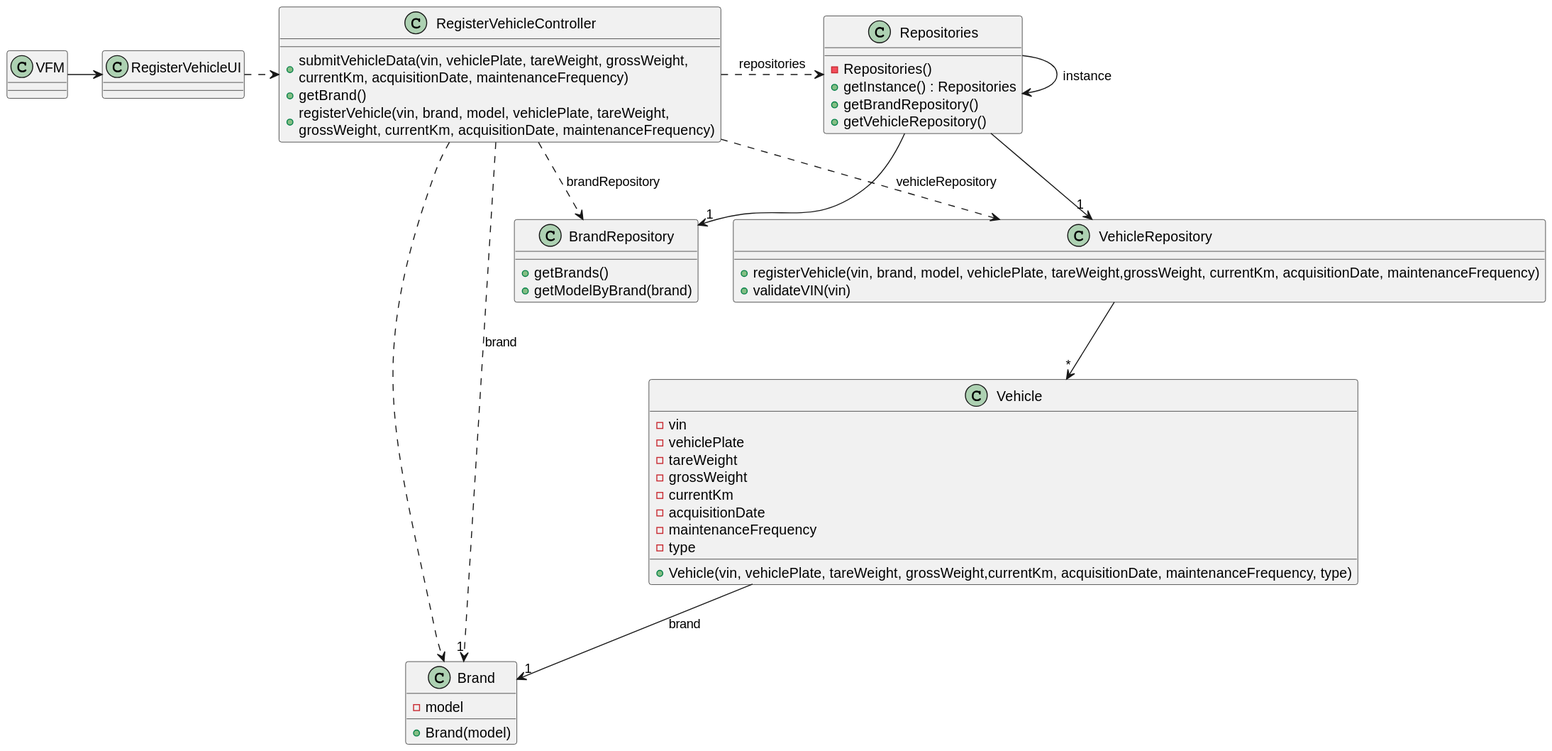
ricardomm7/leaflink keeps this PlantUML diagram as docs/sprintB/us006/03.design/svg/us006-class-diagram.svg. Above is the earlier version.
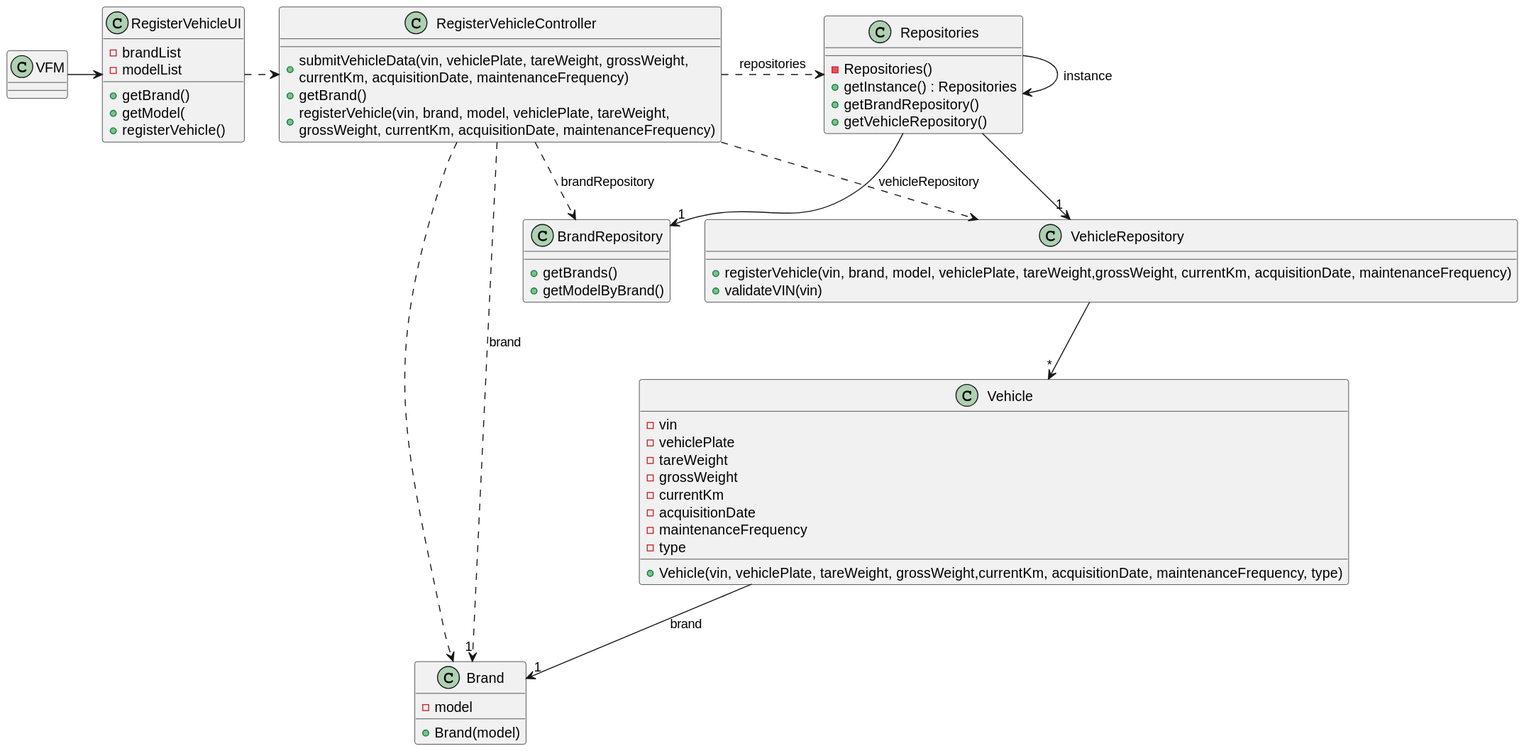
After the change.

The edit, as a diff of the source:
```diff
@@ -23,7 +23,6 @@
 
 class Brand {
     - model
-
     + Brand(model)
 }
 
@@ -34,7 +33,7 @@
 
 class BrandRepository {
     + getBrands()
-    + getModelByBrand(brand)
+    + getModelByBrand()
 }
 
 class Repositories {
@@ -51,6 +50,11 @@
 }
 
 class RegisterVehicleUI {
+    - brandList
+    - modelList
+    + getBrand()
+    + getModel(
+    + registerVehicle()
 }
 
 VFM -> RegisterVehicleUI
```
